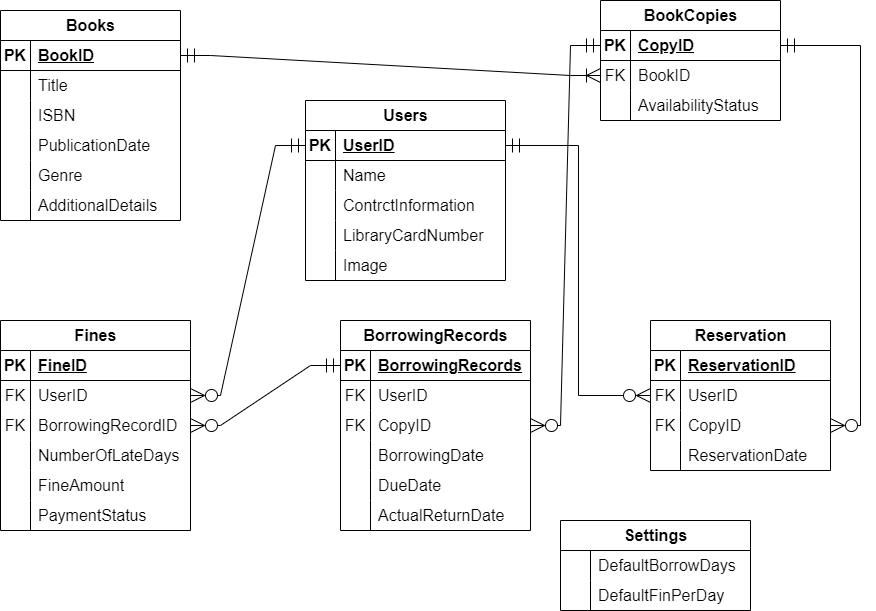
amineElgaini/LibraryApp keeps this draw.io diagram as Library Relational Schema.png. Above is the earlier version. Source tidied: cells renumbered, new cells last; positions are measured from the earlier drawing's top-left corner, leaving out a move shared by most shapes.
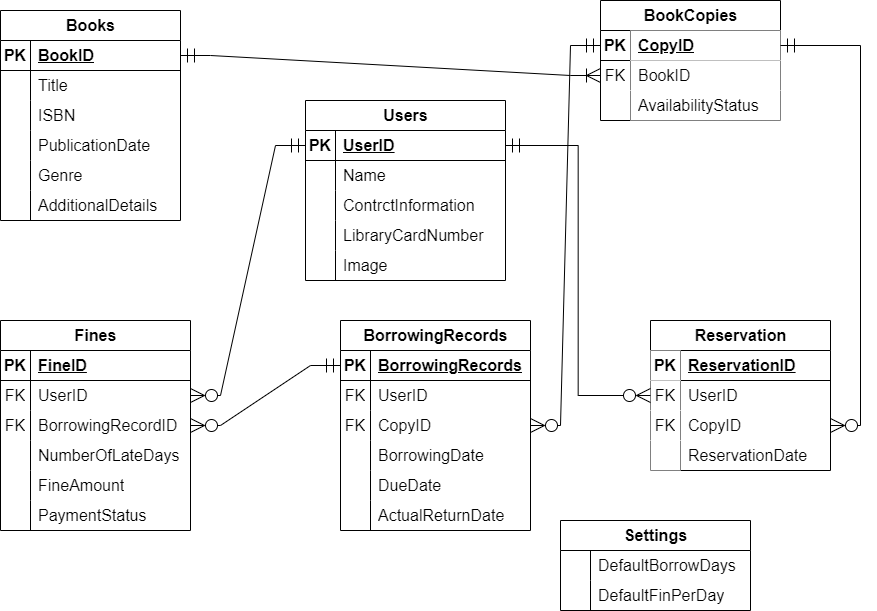
The same diagram one commit later.

The edit, as a diff of the source:
```diff
@@ -59,7 +59,7 @@
     <mxCell id="20" value="AdditionalDetails" style="shape=partialRectangle;fillColor=none;top=0;left=0;bottom=0;right=0;align=left;spacingLeft=6;overflow=hidden;whiteSpace=wrap;html=1;fontSize=16;" parent="18" vertex="1">
       <mxGeometry x="30" width="150" height="30" as="geometry" />
     </mxCell>
-    <mxCell id="21" value="BookCopies" style="shape=table;startSize=30;rowLines=0;fontStyle=1;align=center;html=1;fontSize=16;" parent="1" vertex="1">
+    <mxCell id="21" value="BookCopies" style="shape=table;startSize=30;rowLines=0;fontStyle=1;align=center;html=1;fontSize=16;fillStyle=auto;gradientColor=none;fillColor=default;" parent="1" vertex="1">
       <mxGeometry x="600" width="180" height="120" as="geometry" />
     </mxCell>
     <mxCell id="22" style="shape=tableRow;horizontal=0;startSize=0;swimlaneHead=0;swimlaneBody=0;fillColor=none;points=[[0,0.5],[1,0.5]];portConstraint=eastwest;top=0;left=0;right=0;bottom=1;fontSize=16;" parent="21" vertex="1">
@@ -68,7 +68,7 @@
     <mxCell id="23" value="PK" style="shape=partialRectangle;fillColor=none;top=0;left=0;bottom=0;right=0;fontStyle=1;overflow=hidden;whiteSpace=wrap;html=1;fontSize=16;" parent="22" vertex="1">
       <mxGeometry width="30" height="30" as="geometry" />
     </mxCell>
-    <mxCell id="24" value="CopyID" style="shape=partialRectangle;fillColor=none;top=0;left=0;bottom=0;right=0;align=left;spacingLeft=6;fontStyle=5;overflow=hidden;whiteSpace=wrap;html=1;fontSize=16;" parent="22" vertex="1">
+    <mxCell id="24" value="CopyID" style="shape=partialRectangle;fillColor=default;top=0;left=0;bottom=0;right=0;align=left;spacingLeft=6;fontStyle=5;overflow=hidden;whiteSpace=wrap;html=1;fontSize=16;" parent="22" vertex="1">
       <mxGeometry x="30" width="150" height="30" as="geometry" />
     </mxCell>
     <mxCell id="25" style="shape=tableRow;horizontal=0;startSize=0;swimlaneHead=0;swimlaneBody=0;fillColor=none;points=[[0,0.5],[1,0.5]];portConstraint=eastwest;top=0;left=0;right=0;bottom=0;fontSize=16;" parent="21" vertex="1">
@@ -77,7 +77,7 @@
     <mxCell id="26" value="FK" style="shape=partialRectangle;fillColor=none;top=0;left=0;bottom=0;right=0;overflow=hidden;whiteSpace=wrap;html=1;fontSize=16;" parent="25" vertex="1">
       <mxGeometry width="30" height="30" as="geometry" />
     </mxCell>
-    <mxCell id="27" value="BookID" style="shape=partialRectangle;fillColor=none;top=0;left=0;bottom=0;right=0;align=left;spacingLeft=6;overflow=hidden;whiteSpace=wrap;html=1;fontSize=16;" parent="25" vertex="1">
+    <mxCell id="27" value="BookID" style="shape=partialRectangle;fillColor=default;top=0;left=0;bottom=0;right=0;align=left;spacingLeft=6;overflow=hidden;whiteSpace=wrap;html=1;fontSize=16;" parent="25" vertex="1">
       <mxGeometry x="30" width="150" height="30" as="geometry" />
     </mxCell>
     <mxCell id="28" style="shape=tableRow;horizontal=0;startSize=0;swimlaneHead=0;swimlaneBody=0;fillColor=none;top=0;left=0;right=0;bottom=0;fontSize=16;" parent="21" vertex="1">
@@ -86,7 +86,7 @@
     <mxCell id="29" style="shape=partialRectangle;fillColor=none;top=0;left=0;bottom=0;right=0;overflow=hidden;whiteSpace=wrap;html=1;fontSize=16;" parent="28" vertex="1">
       <mxGeometry width="30" height="30" as="geometry" />
     </mxCell>
-    <mxCell id="30" value="AvailabilityStatus" style="shape=partialRectangle;fillColor=none;top=0;left=0;bottom=0;right=0;align=left;spacingLeft=6;overflow=hidden;whiteSpace=wrap;html=1;fontSize=16;" parent="28" vertex="1">
+    <mxCell id="30" value="AvailabilityStatus" style="shape=partialRectangle;fillColor=default;top=0;left=0;bottom=0;right=0;align=left;spacingLeft=6;overflow=hidden;whiteSpace=wrap;html=1;fontSize=16;" parent="28" vertex="1">
       <mxGeometry x="30" width="150" height="30" as="geometry" />
     </mxCell>
     <mxCell id="31" value="Users" style="shape=table;startSize=30;rowLines=0;fontStyle=1;align=center;html=1;fontSize=16;swimlaneLine=1;rounded=0;shadow=0;" parent="1" vertex="1">
@@ -279,13 +279,13 @@
         </Array>
       </mxGeometry>
     </mxCell>
-    <mxCell id="93" value="Reservation" style="shape=table;startSize=30;rowLines=0;fontStyle=1;align=center;html=1;fontSize=16;" parent="1" vertex="1">
+    <mxCell id="93" value="Reservation" style="shape=table;startSize=30;rowLines=0;fontStyle=1;align=center;html=1;fontSize=16;fillColor=default;" parent="1" vertex="1">
       <mxGeometry x="650" y="320" width="180" height="150" as="geometry" />
     </mxCell>
     <mxCell id="94" style="shape=tableRow;horizontal=0;startSize=0;swimlaneHead=0;swimlaneBody=0;fillColor=none;top=0;left=0;right=0;bottom=1;fontSize=16;" parent="93" vertex="1">
       <mxGeometry y="30" width="180" height="30" as="geometry" />
     </mxCell>
-    <mxCell id="95" value="PK" style="shape=partialRectangle;fillColor=none;top=0;left=0;bottom=0;right=0;fontStyle=1;overflow=hidden;whiteSpace=wrap;html=1;fontSize=16;" parent="94" vertex="1">
+    <mxCell id="95" value="PK" style="shape=partialRectangle;fillColor=default;top=0;left=0;bottom=0;right=0;fontStyle=1;overflow=hidden;whiteSpace=wrap;html=1;fontSize=16;" parent="94" vertex="1">
       <mxGeometry width="30" height="30" as="geometry" />
     </mxCell>
     <mxCell id="96" value="ReservationID" style="shape=partialRectangle;fillColor=none;top=0;left=0;bottom=0;right=0;align=left;spacingLeft=6;fontStyle=5;overflow=hidden;whiteSpace=wrap;html=1;fontSize=16;" parent="94" vertex="1">
@@ -294,7 +294,7 @@
     <mxCell id="97" style="shape=tableRow;horizontal=0;startSize=0;swimlaneHead=0;swimlaneBody=0;fillColor=none;points=[[0,0.5],[1,0.5]];portConstraint=eastwest;top=0;left=0;right=0;bottom=0;fontSize=16;" parent="93" vertex="1">
       <mxGeometry y="60" width="180" height="30" as="geometry" />
     </mxCell>
-    <mxCell id="98" value="FK" style="shape=partialRectangle;fillColor=none;top=0;left=0;bottom=0;right=0;overflow=hidden;whiteSpace=wrap;html=1;fontSize=16;" parent="97" vertex="1">
+    <mxCell id="98" value="FK" style="shape=partialRectangle;fillColor=default;top=0;left=0;bottom=0;right=0;overflow=hidden;whiteSpace=wrap;html=1;fontSize=16;" parent="97" vertex="1">
       <mxGeometry width="30" height="30" as="geometry" />
     </mxCell>
     <mxCell id="99" value="UserID" style="shape=partialRectangle;fillColor=none;top=0;left=0;bottom=0;right=0;align=left;spacingLeft=6;overflow=hidden;whiteSpace=wrap;html=1;fontSize=16;" parent="97" vertex="1">
@@ -303,7 +303,7 @@
     <mxCell id="100" style="shape=tableRow;horizontal=0;startSize=0;swimlaneHead=0;swimlaneBody=0;fillColor=none;points=[[0,0.5],[1,0.5]];portConstraint=eastwest;top=0;left=0;right=0;bottom=0;fontSize=16;" parent="93" vertex="1">
       <mxGeometry y="90" width="180" height="30" as="geometry" />
     </mxCell>
-    <mxCell id="101" value="FK" style="shape=partialRectangle;fillColor=none;top=0;left=0;bottom=0;right=0;overflow=hidden;whiteSpace=wrap;html=1;fontSize=16;" parent="100" vertex="1">
+    <mxCell id="101" value="FK" style="shape=partialRectangle;fillColor=default;top=0;left=0;bottom=0;right=0;overflow=hidden;whiteSpace=wrap;html=1;fontSize=16;" parent="100" vertex="1">
       <mxGeometry width="30" height="30" as="geometry" />
     </mxCell>
     <mxCell id="102" value="CopyID" style="shape=partialRectangle;fillColor=none;top=0;left=0;bottom=0;right=0;align=left;spacingLeft=6;overflow=hidden;whiteSpace=wrap;html=1;fontSize=16;" parent="100" vertex="1">
@@ -312,7 +312,7 @@
     <mxCell id="103" style="shape=tableRow;horizontal=0;startSize=0;swimlaneHead=0;swimlaneBody=0;fillColor=none;top=0;left=0;right=0;bottom=0;fontSize=16;" parent="93" vertex="1">
       <mxGeometry y="120" width="180" height="30" as="geometry" />
     </mxCell>
-    <mxCell id="104" style="shape=partialRectangle;fillColor=none;top=0;left=0;bottom=0;right=0;overflow=hidden;whiteSpace=wrap;html=1;fontSize=16;" parent="103" vertex="1">
+    <mxCell id="104" style="shape=partialRectangle;fillColor=default;top=0;left=0;bottom=0;right=0;overflow=hidden;whiteSpace=wrap;html=1;fontSize=16;" parent="103" vertex="1">
       <mxGeometry width="30" height="30" as="geometry" />
     </mxCell>
     <mxCell id="105" value="ReservationDate" style="shape=partialRectangle;fillColor=none;top=0;left=0;bottom=0;right=0;align=left;spacingLeft=6;overflow=hidden;whiteSpace=wrap;html=1;fontSize=16;" parent="103" vertex="1">
```
